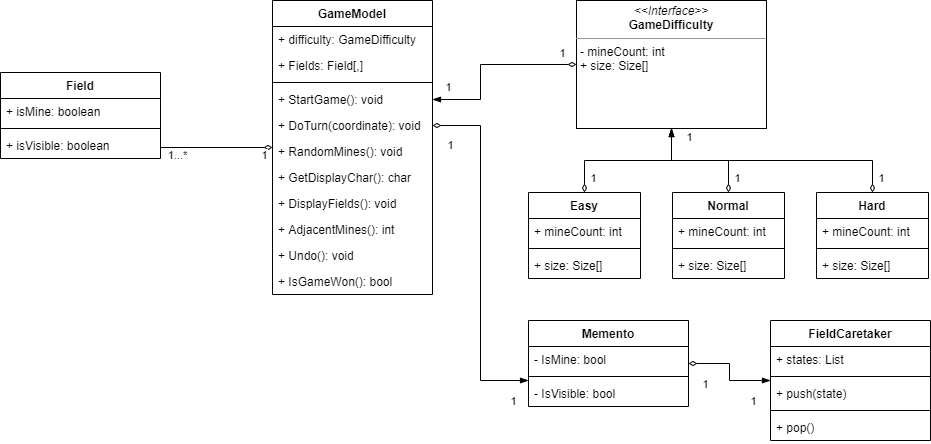
The draw.io diagram ClassDiagram_Minesweeper.png in DeltaGamingCH/V320_MineSweeper, before a commit. Source tidied: cells renumbered, new cells last; positions are measured from the earlier drawing's top-left corner, leaving out a move shared by most shapes.
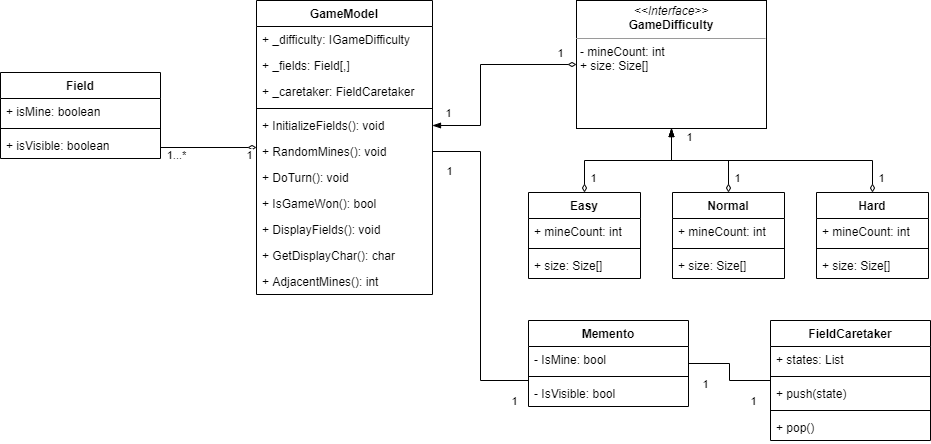
After the change.

Commit message:
Updated ClassDiagram according to Implementation

Change to the diagram source:
```diff
@@ -20,46 +20,46 @@
       </mxGeometry>
     </mxCell>
     <mxCell id="5" value="GameModel" style="swimlane;fontStyle=1;align=center;verticalAlign=top;horizontal=1;startSize=26;" parent="1" vertex="1">
-      <mxGeometry x="272" width="160" height="294" as="geometry" />
+      <mxGeometry x="256" width="176" height="294" as="geometry" />
     </mxCell>
-    <mxCell id="6" value="+ difficulty: GameDifficulty" style="text;strokeColor=none;fillColor=none;align=left;verticalAlign=top;spacingLeft=4;spacingRight=4;overflow=hidden;" parent="5" vertex="1">
-      <mxGeometry y="26" width="160" height="26" as="geometry" />
+    <mxCell id="6" value="+ _difficulty: IGameDifficulty" style="text;strokeColor=none;fillColor=none;align=left;verticalAlign=top;spacingLeft=4;spacingRight=4;overflow=hidden;" parent="5" vertex="1">
+      <mxGeometry y="26" width="176" height="26" as="geometry" />
     </mxCell>
-    <mxCell id="7" value="+ Fields: Field[,]" style="text;strokeColor=none;fillColor=none;align=left;verticalAlign=top;spacingLeft=4;spacingRight=4;overflow=hidden;" parent="5" vertex="1">
-      <mxGeometry y="52" width="160" height="26" as="geometry" />
+    <mxCell id="7" value="+ _fields: Field[,]" style="text;strokeColor=none;fillColor=none;align=left;verticalAlign=top;spacingLeft=4;spacingRight=4;overflow=hidden;" parent="5" vertex="1">
+      <mxGeometry y="52" width="176" height="26" as="geometry" />
     </mxCell>
+    <mxCell id="60" value="+ _caretaker: FieldCaretaker" style="text;strokeColor=none;fillColor=none;align=left;verticalAlign=top;spacingLeft=4;spacingRight=4;overflow=hidden;" parent="5" vertex="1">
+      <mxGeometry y="78" width="176" height="26" as="geometry" />
+    </mxCell>
     <mxCell id="8" style="line;strokeWidth=1;fillColor=none;align=left;verticalAlign=middle;spacingTop=-1;spacingLeft=3;spacingRight=3;labelPosition=right;" parent="5" vertex="1">
-      <mxGeometry y="78" width="160" height="8" as="geometry" />
+      <mxGeometry y="104" width="176" height="8" as="geometry" />
     </mxCell>
-    <mxCell id="9" value="+ StartGame(): void " style="text;strokeColor=none;fillColor=none;align=left;verticalAlign=top;spacingLeft=4;spacingRight=4;overflow=hidden;points=[[0,0.5],[1,0.5]];portConstraint=eastwest;" parent="5" vertex="1">
-      <mxGeometry y="86" width="160" height="26" as="geometry" />
-    </mxCell>
+    <mxCell id="61" value="+ InitializeFields(): void" style="text;strokeColor=none;fillColor=none;align=left;verticalAlign=top;spacingLeft=4;spacingRight=4;overflow=hidden;" parent="5" vertex="1">
+      <mxGeometry y="112" width="176" height="26" as="geometry" />
+    </mxCell>
+    <mxCell id="11" value="+ RandomMines(): void" style="text;strokeColor=none;fillColor=none;align=left;verticalAlign=top;spacingLeft=4;spacingRight=4;overflow=hidden;" parent="5" vertex="1">
+      <mxGeometry y="138" width="176" height="26" as="geometry" />
+    </mxCell>
-    <mxCell id="10" value="+ DoTurn(coordinate): void" style="text;strokeColor=none;fillColor=none;align=left;verticalAlign=top;spacingLeft=4;spacingRight=4;overflow=hidden;points=[[0,0.5],[1,0.5]];portConstraint=eastwest;" parent="5" vertex="1">
-      <mxGeometry y="112" width="160" height="26" as="geometry" />
+    <mxCell id="10" value="+ DoTurn(): void" style="text;strokeColor=none;fillColor=none;align=left;verticalAlign=top;spacingLeft=4;spacingRight=4;overflow=hidden;points=[[0,0.5],[1,0.5]];portConstraint=eastwest;" parent="5" vertex="1">
+      <mxGeometry y="164" width="176" height="26" as="geometry" />
     </mxCell>
-    <mxCell id="11" value="+ RandomMines(): void" style="text;strokeColor=none;fillColor=none;align=left;verticalAlign=top;spacingLeft=4;spacingRight=4;overflow=hidden;" parent="5" vertex="1">
-      <mxGeometry y="138" width="160" height="26" as="geometry" />
-    </mxCell>
+    <mxCell id="16" value="+ IsGameWon(): bool" style="text;strokeColor=none;fillColor=none;align=left;verticalAlign=top;spacingLeft=4;spacingRight=4;overflow=hidden;" parent="5" vertex="1">
+      <mxGeometry y="190" width="176" height="26" as="geometry" />
+    </mxCell>
+    <mxCell id="13" value="+ DisplayFields(): void" style="text;strokeColor=none;fillColor=none;align=left;verticalAlign=top;spacingLeft=4;spacingRight=4;overflow=hidden;" parent="5" vertex="1">
+      <mxGeometry y="216" width="176" height="26" as="geometry" />
+    </mxCell>
     <mxCell id="12" value="+ GetDisplayChar(): char" style="text;strokeColor=none;fillColor=none;align=left;verticalAlign=top;spacingLeft=4;spacingRight=4;overflow=hidden;" parent="5" vertex="1">
-      <mxGeometry y="164" width="160" height="26" as="geometry" />
+      <mxGeometry y="242" width="176" height="26" as="geometry" />
     </mxCell>
-    <mxCell id="13" value="+ DisplayFields(): void" style="text;strokeColor=none;fillColor=none;align=left;verticalAlign=top;spacingLeft=4;spacingRight=4;overflow=hidden;" parent="5" vertex="1">
-      <mxGeometry y="190" width="160" height="26" as="geometry" />
-    </mxCell>
     <mxCell id="14" value="+ AdjacentMines(): int" style="text;strokeColor=none;fillColor=none;align=left;verticalAlign=top;spacingLeft=4;spacingRight=4;overflow=hidden;" parent="5" vertex="1">
-      <mxGeometry y="216" width="160" height="26" as="geometry" />
+      <mxGeometry y="268" width="176" height="26" as="geometry" />
     </mxCell>
-    <mxCell id="15" value="+ Undo(): void" style="text;strokeColor=none;fillColor=none;align=left;verticalAlign=top;spacingLeft=4;spacingRight=4;overflow=hidden;" parent="5" vertex="1">
-      <mxGeometry y="242" width="160" height="26" as="geometry" />
-    </mxCell>
-    <mxCell id="16" value="+ IsGameWon(): bool" style="text;strokeColor=none;fillColor=none;align=left;verticalAlign=top;spacingLeft=4;spacingRight=4;overflow=hidden;" parent="5" vertex="1">
-      <mxGeometry y="268" width="160" height="26" as="geometry" />
-    </mxCell>
-    <mxCell id="17" style="edgeStyle=orthogonalEdgeStyle;rounded=0;jettySize=auto;html=1;entryX=1;entryY=0.5;entryDx=0;entryDy=0;startArrow=diamondThin;startFill=0;endArrow=blockThin;endFill=1;" parent="1" edge="1" source="19" target="9">
+    <mxCell id="17" style="edgeStyle=orthogonalEdgeStyle;rounded=0;jettySize=auto;html=1;startArrow=diamondThin;startFill=0;endArrow=blockThin;endFill=1;" parent="1" edge="1" source="19" target="5">
       <mxGeometry relative="1" as="geometry">
         <Array as="points">
           <mxPoint x="480" y="64" />
-          <mxPoint x="480" y="99" />
+          <mxPoint x="480" y="125" />
         </Array>
       </mxGeometry>
     </mxCell>
@@ -175,10 +175,10 @@
     <mxCell id="46" value="+ isVisible: boolean" style="text;strokeColor=none;fillColor=none;align=left;verticalAlign=top;spacingLeft=4;spacingRight=4;overflow=hidden;" parent="43" vertex="1">
       <mxGeometry y="60" width="160" height="26" as="geometry" />
     </mxCell>
-    <mxCell id="47" style="edgeStyle=orthogonalEdgeStyle;rounded=0;jettySize=auto;html=1;exitX=1;exitY=0.5;exitDx=0;exitDy=0;startArrow=diamondThin;startFill=0;endArrow=blockThin;endFill=1;" parent="1" edge="1" source="10" target="39">
+    <mxCell id="47" style="edgeStyle=orthogonalEdgeStyle;rounded=0;jettySize=auto;html=1;startArrow=none;startFill=0;endArrow=none;endFill=0;" parent="1" edge="1" source="5" target="39">
       <mxGeometry relative="1" as="geometry">
         <Array as="points">
-          <mxPoint x="480" y="125" />
+          <mxPoint x="480" y="151" />
           <mxPoint x="480" y="380" />
         </Array>
       </mxGeometry>
@@ -216,7 +216,7 @@
     <mxCell id="56" value="+ pop()" style="text;strokeColor=none;fillColor=none;align=left;verticalAlign=top;spacingLeft=4;spacingRight=4;overflow=hidden;" parent="51" vertex="1">
       <mxGeometry y="94" width="160" height="26" as="geometry" />
     </mxCell>
-    <mxCell id="57" style="edgeStyle=orthogonalEdgeStyle;rounded=0;jettySize=auto;html=1;endArrow=blockThin;endFill=1;startArrow=diamondThin;startFill=0;" parent="1" edge="1" source="39" target="51">
+    <mxCell id="57" style="edgeStyle=orthogonalEdgeStyle;rounded=0;jettySize=auto;html=1;endArrow=none;endFill=0;startArrow=none;startFill=0;" parent="1" edge="1" source="39" target="51">
       <mxGeometry relative="1" as="geometry" />
     </mxCell>
     <mxCell id="58" value="1" style="edgeLabel;html=1;align=center;verticalAlign=middle;" parent="57" vertex="1">
```
